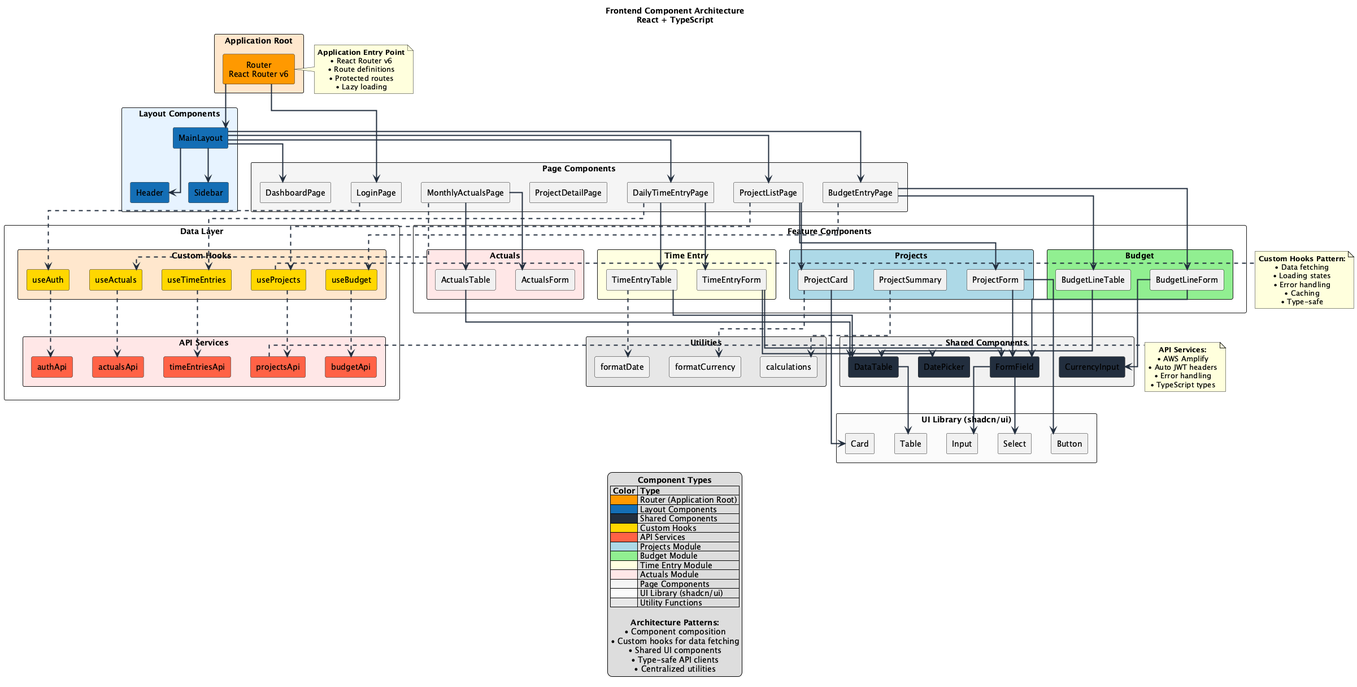
Before: docs/diagrams/architecture/02-frontend-components.png, a diagram exported from PlantUML (jameseraynor/Stephen).
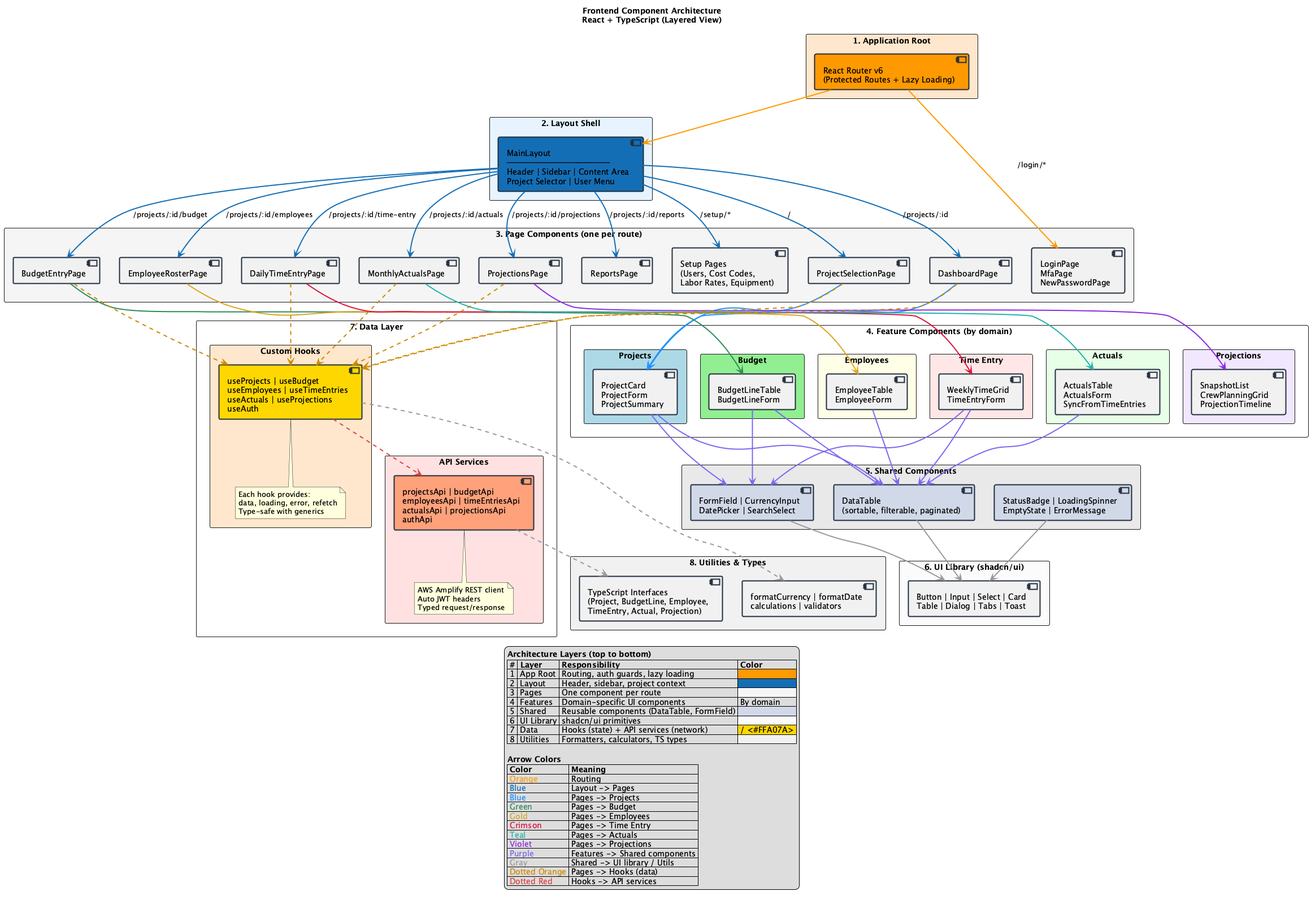
After the change.

Change to the diagram source:
```diff
@@ -1,198 +1,162 @@
-@startuml Frontend Component Structure
-skinparam componentStyle rectangle
-skinparam linetype ortho
-skinparam defaultTextAlignment center
-skinparam ArrowColor #232F3E
+@startuml Frontend Component Architecture
+skinparam shadowing false
+skinparam componentBorderColor #232F3E
+skinparam componentBorderThickness 2
 skinparam ArrowThickness 2
-skinparam shadowing false
 skinparam packageStyle rectangle
 top to bottom direction
 
-title Frontend Component Architecture\nReact + TypeScript
+title Frontend Component Architecture\nReact + TypeScript (Layered View)
 
-package "Application Root" #FFE6CC {
-    component [Router\nReact Router v6] as Router #FF9900
+package "1. Application Root" #FFE6CC {
+  component [React Router v6\n(Protected Routes + Lazy Loading)] as Router #FF9900
 }
 
-package "Layout Components" #E6F3FF {
-    component [Header] as Header #146EB4
-    component [Sidebar] as Sidebar #146EB4
-    component [MainLayout] as MainLayout #146EB4
+package "2. Layout Shell" #E6F3FF {
+  component [MainLayout\n─────────────\nHeader | Sidebar | Content Area\nProject Selector | User Menu] as Layout #146EB4
 }
 
-package "Page Components" #F5F5F5 {
-    component [LoginPage] as LoginPage
-    component [DashboardPage] as DashboardPage
-    component [ProjectListPage] as ProjectListPage
-    component [ProjectDetailPage] as ProjectDetailPage
-    component [BudgetEntryPage] as BudgetEntryPage
-    component [DailyTimeEntryPage] as DailyTimeEntryPage
-    component [MonthlyActualsPage] as MonthlyActualsPage
+package "3. Page Components (one per route)" #F5F5F5 {
+  component [LoginPage\nMfaPage\nNewPasswordPage] as AuthPages
+  component [ProjectSelectionPage] as ProjSelectPage
+  component [DashboardPage] as DashPage
+  component [BudgetEntryPage] as BudgetPage
+  component [EmployeeRosterPage] as EmpPage
+  component [DailyTimeEntryPage] as TimePage
+  component [MonthlyActualsPage] as ActualsPage
+  component [ProjectionsPage] as ProjPage
+  component [ReportsPage] as ReportsPage
+  component [Setup Pages\n(Users, Cost Codes,\nLabor Rates, Equipment)] as SetupPages
 }
 
-package "Feature Components" {
-
-    package "Projects" #lightblue {
-        component [ProjectCard] as ProjectCard
-        component [ProjectForm] as ProjectForm
-        component [ProjectSummary] as ProjectSummary
-    }
-
-    package "Budget" #lightgreen {
-        component [BudgetLineTable] as BudgetLineTable
-        component [BudgetLineForm] as BudgetLineForm
-    }
-
-    package "Time Entry" #lightyellow {
-        component [TimeEntryForm] as TimeEntryForm
-        component [TimeEntryTable] as TimeEntryTable
-    }
-
-    package "Actuals" #FFE6E6 {
-        component [ActualsTable] as ActualsTable
-        component [ActualsForm] as ActualsForm
-    }
+package "4. Feature Components (by domain)" {
+  package "Projects" #lightblue {
+    component [ProjectCard\nProjectForm\nProjectSummary] as ProjComps
+  }
+  package "Budget" #lightgreen {
+    component [BudgetLineTable\nBudgetLineForm] as BudgetComps
+  }
+  package "Employees" #FFFFE6 {
+    component [EmployeeTable\nEmployeeForm] as EmpComps
+  }
+  package "Time Entry" #FFE6E6 {
+    component [WeeklyTimeGrid\nTimeEntryForm] as TimeComps
+  }
+  package "Actuals" #E6FFE6 {
+    component [ActualsTable\nActualsForm\nSyncFromTimeEntries] as ActComps
+  }
+  package "Projections" #F0E6FF {
+    component [SnapshotList\nCrewPlanningGrid\nProjectionTimeline] as ProjnComps
+  }
 }
 
-package "Shared Components" #F0F0F0 {
-    component [DataTable] as DataTable #232F3E
-    component [FormField] as FormField #232F3E
-    component [DatePicker] as DatePicker #232F3E
-    component [CurrencyInput] as CurrencyInput #232F3E
+package "5. Shared Components" #E8E8E8 {
+  component [DataTable\n(sortable, filterable, paginated)] as DataTable #D0D8E8
+  component [FormField | CurrencyInput\nDatePicker | SearchSelect] as FormComps #D0D8E8
+  component [StatusBadge | LoadingSpinner\nEmptyState | ErrorMessage] as UIComps #D0D8E8
 }
 
-package "UI Library (shadcn/ui)" #FAFAFA {
-    component [Button] as Button
-    component [Input] as Input
-    component [Select] as Select
-    component [Card] as Card
-    component [Table] as Table
+package "6. UI Library (shadcn/ui)" #FAFAFA {
+  component [Button | Input | Select | Card\nTable | Dialog | Tabs | Toast] as ShadcnUI
 }
 
-package "Data Layer" {
-
-    package "Custom Hooks" #FFE6CC {
-        component [useProjects] as useProjects #FFD700
-        component [useBudget] as useBudget #FFD700
-        component [useTimeEntries] as useTimeEntries #FFD700
-        component [useActuals] as useActuals #FFD700
-        component [useAuth] as useAuth #FFD700
-    }
-
-    package "API Services" #FFE6E6 {
-        component [projectsApi] as projectsApi #FF6347
-        component [budgetApi] as budgetApi #FF6347
-        component [timeEntriesApi] as timeEntriesApi #FF6347
-        component [actualsApi] as actualsApi #FF6347
-        component [authApi] as authApi #FF6347
-    }
+package "7. Data Layer" {
+  package "Custom Hooks" #FFE6CC {
+    component [useProjects | useBudget\nuseEmployees | useTimeEntries\nuseActuals | useProjections\nuseAuth] as Hooks #FFD700
+    note bottom of Hooks
+      Each hook provides:
+      data, loading, error, refetch
+      Type-safe with generics
+    end note
+  }
+  package "API Services" #FFE0E0 {
+    component [projectsApi | budgetApi\nemployeesApi | timeEntriesApi\nactualsApi | projectionsApi\nauthApi] as APIs #FFA07A
+    note bottom of APIs
+      AWS Amplify REST client
+      Auto JWT headers
+      Typed request/response
+    end note
+  }
 }
 
-package "Utilities" #E6E6E6 {
-    component [formatCurrency] as formatCurrency
-    component [formatDate] as formatDate
-    component [calculations] as calculations
+package "8. Utilities & Types" #F0F0F0 {
+  component [formatCurrency | formatDate\ncalculations | validators] as Utils
+  component [TypeScript Interfaces\n(Project, BudgetLine, Employee,\nTimeEntry, Actual, Projection)] as Types
 }
 
-Router --> MainLayout
-MainLayout --> Header
-MainLayout --> Sidebar
-MainLayout --> DashboardPage
-MainLayout --> ProjectListPage
-MainLayout --> BudgetEntryPage
-MainLayout --> DailyTimeEntryPage
+Router -[#FF9900,thickness=2]-> Layout
+Router -[#FF9900,thickness=2]-> AuthPages : /login/*
 
-Router --> LoginPage
+Layout -[#146EB4]-> ProjSelectPage : /
+Layout -[#146EB4]-> DashPage : /projects/:id
+Layout -[#146EB4]-> BudgetPage : /projects/:id/budget
+Layout -[#146EB4]-> EmpPage : /projects/:id/employees
+Layout -[#146EB4]-> TimePage : /projects/:id/time-entry
+Layout -[#146EB4]-> ActualsPage : /projects/:id/actuals
+Layout -[#146EB4]-> ProjPage : /projects/:id/projections
+Layout -[#146EB4]-> ReportsPage : /projects/:id/reports
+Layout -[#146EB4]-> SetupPages : /setup/*
 
-ProjectListPage --> ProjectCard
-ProjectListPage --> ProjectForm
-BudgetEntryPage --> BudgetLineTable
-BudgetEntryPage --> BudgetLineForm
-DailyTimeEntryPage --> TimeEntryForm
-DailyTimeEntryPage --> TimeEntryTable
-MonthlyActualsPage --> ActualsTable
-MonthlyActualsPage --> ActualsForm
+ProjSelectPage -[#1E90FF,thickness=2]-> ProjComps
+DashPage -[#1E90FF,thickness=2]-> ProjComps
+BudgetPage -[#2E8B57,thickness=2]-> BudgetComps
+EmpPage -[#DAA520,thickness=2]-> EmpComps
+TimePage -[#DC143C,thickness=2]-> TimeComps
+ActualsPage -[#20B2AA,thickness=2]-> ActComps
+ProjPage -[#8A2BE2,thickness=2]-> ProjnComps
 
-BudgetLineTable --> DataTable
-TimeEntryTable --> DataTable
-ActualsTable --> DataTable
+ProjComps -[#7B68EE]-> DataTable
+BudgetComps -[#7B68EE]-> DataTable
+EmpComps -[#7B68EE]-> DataTable
+TimeComps -[#7B68EE]-> DataTable
+ActComps -[#7B68EE]-> DataTable
 
-ProjectForm --> FormField
-BudgetLineForm --> FormField
-TimeEntryForm --> FormField
+ProjComps -[#7B68EE]-> FormComps
+BudgetComps -[#7B68EE]-> FormComps
+TimeComps -[#7B68EE]-> FormComps
 
-TimeEntryForm --> DatePicker
-BudgetLineForm --> CurrencyInput
+DataTable -[#999999]-> ShadcnUI
+FormComps -[#999999]-> ShadcnUI
+UIComps -[#999999]-> ShadcnUI
 
-FormField --> Input
-FormField --> Select
-DataTable --> Table
-ProjectCard --> Card
-ProjectForm --> Button
+ProjSelectPage .[#CC8800].> Hooks
+DashPage .[#CC8800].> Hooks
+BudgetPage .[#CC8800].> Hooks
+TimePage .[#CC8800].> Hooks
+ActualsPage .[#CC8800].> Hooks
+ProjPage .[#CC8800].> Hooks
 
-ProjectListPage ..> useProjects
-BudgetEntryPage ..> useBudget
-DailyTimeEntryPage ..> useTimeEntries
-MonthlyActualsPage ..> useActuals
-LoginPage ..> useAuth
+Hooks .[#DD4444].> APIs
 
-useProjects ..> projectsApi
-useBudget ..> budgetApi
-useTimeEntries ..> timeEntriesApi
-useActuals ..> actualsApi
-useAuth ..> authApi
-
-ProjectCard ..> formatCurrency
-TimeEntryTable ..> formatDate
-ProjectSummary ..> calculations
-
-note right of Router
-  <b>Application Entry Point</b>
-  • React Router v6
-  • Route definitions
-  • Protected routes
-  • Lazy loading
-end note
-
-note right of useProjects
-  <b>Custom Hooks Pattern:</b>
-  • Data fetching
-  • Loading states
-  • Error handling
-  • Caching
-  • Type-safe
-end note
-
-note right of projectsApi
-  <b>API Services:</b>
-  • AWS Amplify
-  • Auto JWT headers
-  • Error handling
-  • TypeScript types
-end note
+APIs .[#999999].> Types
+Hooks .[#999999].> Utils
 
 legend bottom
-  <b>Component Types</b>
-  |= Color |= Type |
-  |<#FF9900>| Router (Application Root) |
-  |<#146EB4>| Layout Components |
-  |<#232F3E>| Shared Components |
-  |<#FFD700>| Custom Hooks |
-  |<#FF6347>| API Services |
-  |<#lightblue>| Projects Module |
-  |<#lightgreen>| Budget Module |
-  |<#lightyellow>| Time Entry Module |
-  |<#FFE6E6>| Actuals Module |
-  |<#F5F5F5>| Page Components |
-  |<#FAFAFA>| UI Library (shadcn/ui) |
-  |<#E6E6E6>| Utility Functions |
+  <b>Architecture Layers (top to bottom)</b>
+  |= # |= Layer |= Responsibility |= Color |
+  | 1 | App Root | Routing, auth guards, lazy loading | <#FF9900> |
+  | 2 | Layout | Header, sidebar, project context | <#146EB4> |
+  | 3 | Pages | One component per route | <#F5F5F5> |
+  | 4 | Features | Domain-specific UI components | By domain |
+  | 5 | Shared | Reusable components (DataTable, FormField) | <#D0D8E8> |
+  | 6 | UI Library | shadcn/ui primitives | <#FAFAFA> |
+  | 7 | Data | Hooks (state) + API services (network) | <#FFD700> / <#FFA07A> |
+  | 8 | Utilities | Formatters, calculators, TS types | <#F0F0F0> |
 
-  <b>Architecture Patterns:</b>
-  • Component composition
-  • Custom hooks for data fetching
-  • Shared UI components
-  • Type-safe API clients
-  • Centralized utilities
+  <b>Arrow Colors</b>
+  |= Color |= Meaning |
+  | <color:#FF9900>Orange</color> | Routing |
+  | <color:#146EB4>Blue</color> | Layout -> Pages |
+  | <color:#1E90FF>Blue</color> | Pages -> Projects |
+  | <color:#2E8B57>Green</color> | Pages -> Budget |
+  | <color:#DAA520>Gold</color> | Pages -> Employees |
+  | <color:#DC143C>Crimson</color> | Pages -> Time Entry |
+  | <color:#20B2AA>Teal</color> | Pages -> Actuals |
+  | <color:#8A2BE2>Violet</color> | Pages -> Projections |
+  | <color:#7B68EE>Purple</color> | Features -> Shared components |
+  | <color:#999999>Gray</color> | Shared -> UI library / Utils |
+  | <color:#CC8800>Dotted Orange</color> | Pages -> Hooks (data) |
+  | <color:#DD4444>Dotted Red</color> | Hooks -> API services |
 endlegend
 
 @enduml
```
